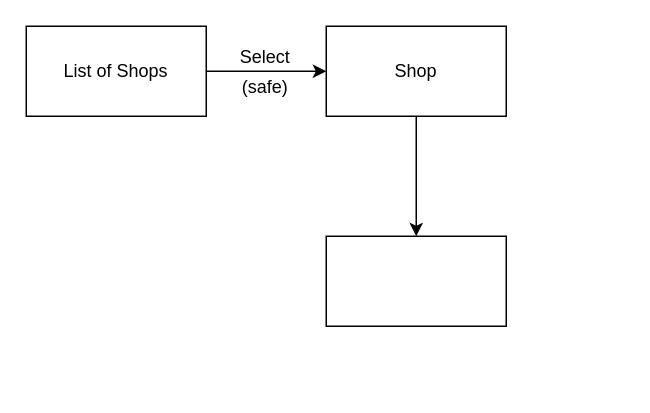
The draw.io diagram web-420/week-6/api/state-diagram.drawio in joneskj55/wireframes, before the edit. Source tidied: cells renumbered, new cells numbered last; positions are measured from the earlier drawing's top-left corner, leaving out a move shared by most shapes. Both pictures are drawn from the tidied source at 150%, with x=0, y=0 at pixel (26, 26).
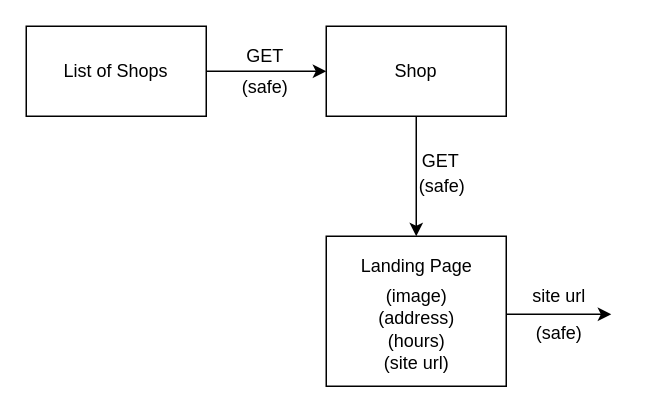
After the change.

Commit message:
initial diagram complete

The edit, as a diff of the source:
```diff
@@
 <mxGraphModel>
   <root>
     <mxCell id="0" />
     <mxCell id="1" parent="0" />
     <mxCell id="2" style="edgeStyle=orthogonalEdgeStyle;rounded=0;jettySize=auto;html=1;" parent="1" edge="1" source="3" target="5">
       <mxGeometry relative="1" as="geometry" />
     </mxCell>
     <mxCell id="3" value="&lt;font face=&quot;Helvetica&quot;&gt;List of Shops&lt;/font&gt;" style="rounded=0;whiteSpace=wrap;html=1;" parent="1" vertex="1">
       <mxGeometry width="120" height="60" as="geometry" />
     </mxCell>
     <mxCell id="4" style="edgeStyle=orthogonalEdgeStyle;rounded=0;jettySize=auto;html=1;" parent="1" edge="1" source="5" target="6">
       <mxGeometry relative="1" as="geometry" />
     </mxCell>
     <mxCell id="5" value="&lt;font face=&quot;Helvetica&quot;&gt;Shop&lt;/font&gt;" style="rounded=0;whiteSpace=wrap;html=1;" parent="1" vertex="1">
       <mxGeometry x="200" width="120" height="60" as="geometry" />
     </mxCell>
     <mxCell id="6" style="rounded=0;whiteSpace=wrap;html=1;" parent="1" vertex="1">
-      <mxGeometry x="200" y="140" width="120" height="60" as="geometry" />
+      <mxGeometry x="200" y="140" width="120" height="100" as="geometry" />
     </mxCell>
-    <mxCell id="7" value="Select" style="text;html=1;align=center;verticalAlign=middle;strokeColor=none;" parent="1" vertex="1">
-      <mxGeometry x="134" y="11" width="50" height="20" as="geometry" />
-    </mxCell>
     <mxCell id="8" value="(safe)" style="text;html=1;align=center;verticalAlign=middle;strokeColor=none;" parent="1" vertex="1">
       <mxGeometry x="134" y="31" width="50" height="20" as="geometry" />
     </mxCell>
+    <mxCell id="9" value="Landing Page" style="text;html=1;align=center;verticalAlign=middle;strokeColor=none;" parent="1" vertex="1">
+      <mxGeometry x="215" y="150" width="90" height="20" as="geometry" />
+    </mxCell>
+    <mxCell id="10" value="(image)" style="text;html=1;align=center;verticalAlign=middle;strokeColor=none;" parent="1" vertex="1">
+      <mxGeometry x="230" y="170" width="60" height="20" as="geometry" />
+    </mxCell>
+    <mxCell id="11" value="(address)" style="text;html=1;align=center;verticalAlign=middle;strokeColor=none;" parent="1" vertex="1">
+      <mxGeometry x="225" y="185" width="70" height="20" as="geometry" />
+    </mxCell>
+    <mxCell id="12" value="(hours)" style="text;html=1;align=center;verticalAlign=middle;strokeColor=none;" parent="1" vertex="1">
+      <mxGeometry x="235" y="200" width="50" height="20" as="geometry" />
+    </mxCell>
+    <mxCell id="13" value="(site url)" style="text;html=1;align=center;verticalAlign=middle;strokeColor=none;" parent="1" vertex="1">
+      <mxGeometry x="230" y="215" width="60" height="20" as="geometry" />
+    </mxCell>
+    <mxCell id="14" value="GET" style="text;html=1;align=center;verticalAlign=middle;strokeColor=none;" parent="1" vertex="1">
+      <mxGeometry x="256" y="80" width="40" height="20" as="geometry" />
+    </mxCell>
+    <mxCell id="15" value="(safe)" style="text;html=1;align=center;verticalAlign=middle;strokeColor=none;" parent="1" vertex="1">
+      <mxGeometry x="252" y="97" width="50" height="20" as="geometry" />
+    </mxCell>
+    <mxCell id="16" value="GET" style="text;html=1;align=center;verticalAlign=middle;strokeColor=none;" parent="1" vertex="1">
+      <mxGeometry x="139" y="10" width="40" height="20" as="geometry" />
+    </mxCell>
+    <mxCell id="17" style="endArrow=classic;html=1;" parent="1" edge="1">
+      <mxGeometry relative="1" as="geometry">
+        <mxPoint x="320" y="192" as="sourcePoint" />
+        <mxPoint x="390" y="192" as="targetPoint" />
+      </mxGeometry>
+    </mxCell>
+    <mxCell id="18" value="site url" style="text;html=1;align=center;verticalAlign=middle;strokeColor=none;" parent="1" vertex="1">
+      <mxGeometry x="330" y="170" width="50" height="20" as="geometry" />
+    </mxCell>
+    <mxCell id="19" value="(safe)" style="text;html=1;align=center;verticalAlign=middle;strokeColor=none;" parent="1" vertex="1">
+      <mxGeometry x="330" y="195" width="50" height="20" as="geometry" />
+    </mxCell>
   </root>
 </mxGraphModel>
```
